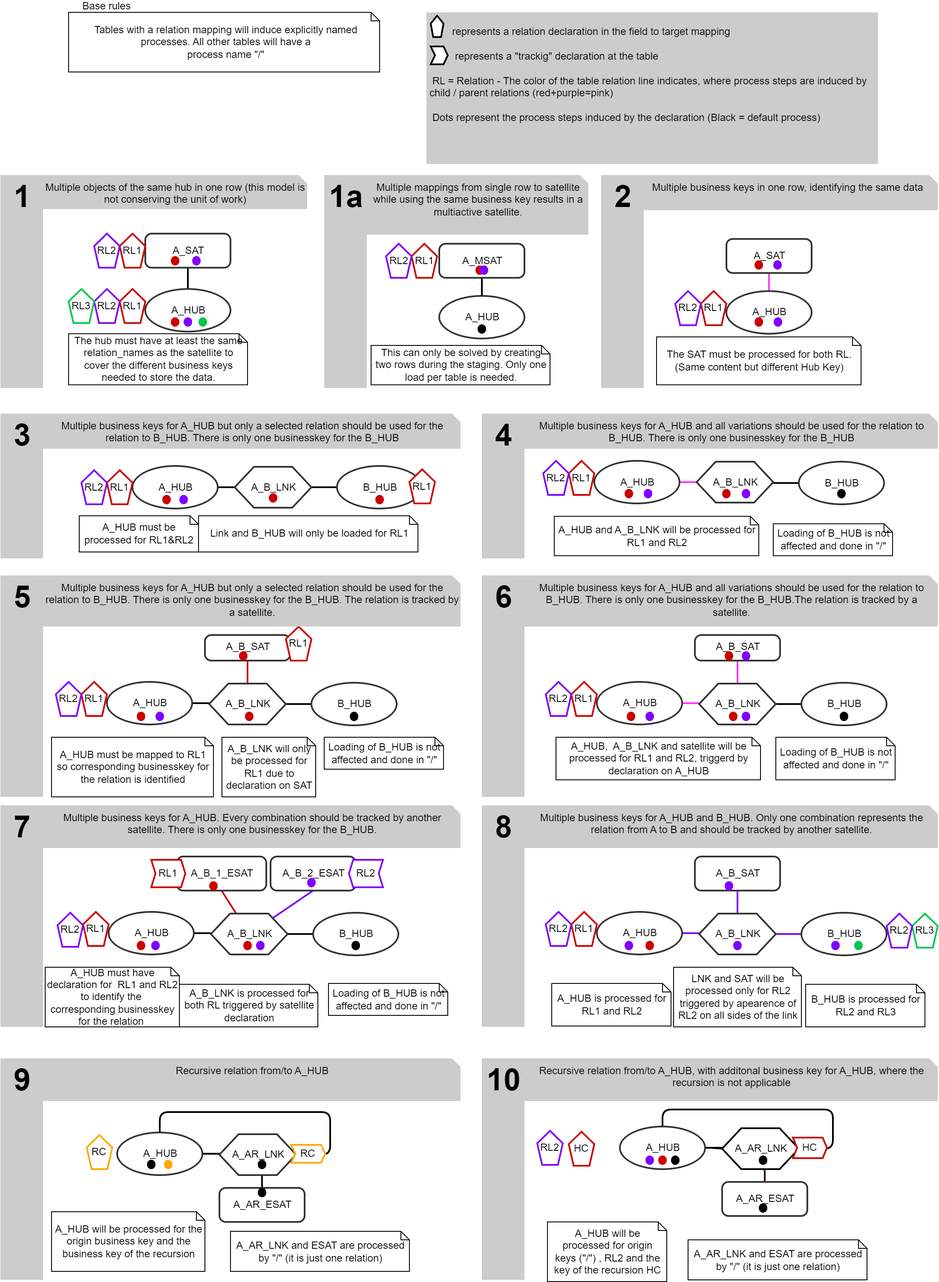
This is documentation/images/process_generation_scenarios.drawio.png from cimt-ag/data_vault_pipelinedescription, a draw.io export, as it was before one commit. Source tidied: cells renumbered, new cells last; positions are measured from the earlier drawing's top-left corner, leaving out a move shared by most shapes.
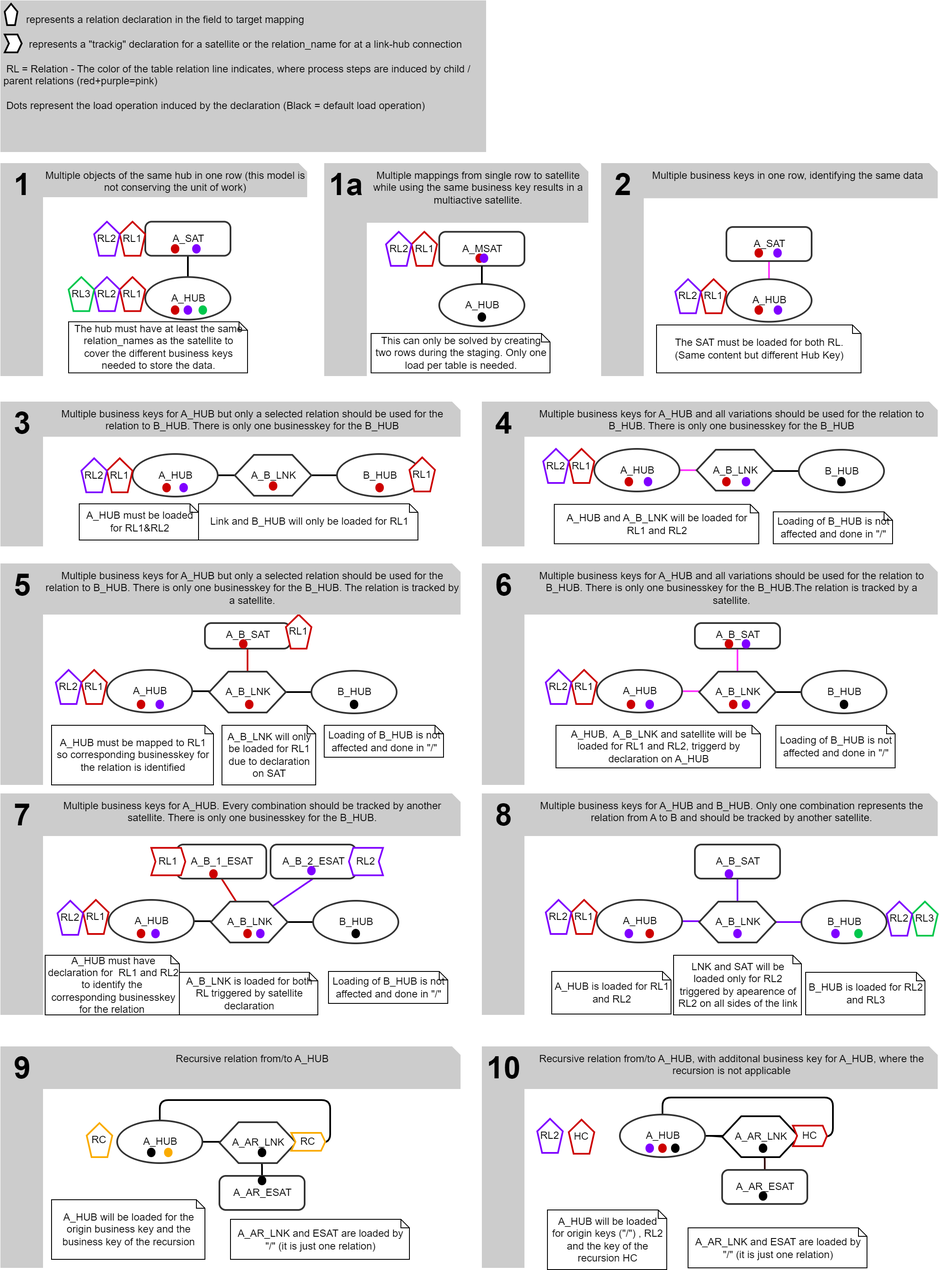
Later version of the same file.

The edit, as a diff of the source:
```diff
@@ -235,5 +235,2 @@
     </mxCell>
-    <mxCell id="33" value="&lt;div style=&quot;width: 147.0px;height:auto;word-break: break-word;&quot;&gt;&lt;div align=&quot;center&quot;&gt;&lt;span style=&quot;font-family: Arial; font-size: 12px; line-height: 0;&quot;&gt;&lt;span style=&quot;line-height: 14px;&quot; class=&quot;&quot;&gt;Base rules&lt;/span&gt;&lt;/span&gt;&lt;/div&gt;&lt;/div&gt;" style="text;html=1;nl2Br=0;html=1;nl2Br=0;verticalAlign=middle;align=center;spacingLeft=0.0;spacingRight=0;whiteSpace=wrap;gliffyId=397;" parent="1" vertex="1">
-      <mxGeometry x="50" width="150" height="14" as="geometry" />
-    </mxCell>
     <mxCell id="34" value="&lt;div style='width: 43.0px;height:auto;word-break: break-word;'&gt;&lt;div align=&quot;center&quot;&gt;&lt;span style=&quot;font-family: Helvetica; font-size: 36px; text-decoration: none; font-weight: bold; line-height: 36px;&quot;&gt;6&lt;/span&gt;&lt;/div&gt;&lt;/div&gt;" style="shape=rect;shadow=0;strokeWidth=0;strokeColor=none;fillColor=#cccccc;opacity=100.0;html=1;nl2Br=0;verticalAlign=top;align=center;spacingLeft=2.0;spacingRight=0;spacingTop=1.0;spacingBottom=8;whiteSpace=wrap;gliffyId=364;" parent="1" vertex="1">
@@ -244,4 +241,4 @@
     </mxCell>
-    <mxCell id="36" value="&amp;nbsp; &amp;nbsp; &amp;nbsp; &amp;nbsp; &lt;br&gt;&lt;span style=&quot;white-space: pre;&quot;&gt;&#9;&lt;/span&gt;represents a relation declaration in the field to target mapping&lt;br&gt;&lt;br&gt;&amp;nbsp; &amp;nbsp; &amp;nbsp; &amp;nbsp; &amp;nbsp;represents a &quot;trackig&quot; declaration at the table&lt;br&gt;&lt;br&gt;&amp;nbsp;RL = Relation - The color of the table relation line indicates, where process steps are induced by child / parent relations (red+purple=pink) &amp;nbsp;&lt;br&gt;&lt;br&gt;&amp;nbsp;Dots represent the process steps induced by the declaration (Black = default process)" style="shape=rect;shadow=0;strokeWidth=0;strokeColor=none;fillColor=#cccccc;opacity=100.0;nl2Br=0;verticalAlign=top;align=left;spacingLeft=2.0;spacingRight=0;spacingTop=-5.6;spacingBottom=8;gliffyId=392;html=1;whiteSpace=wrap;" parent="1" vertex="1">
-      <mxGeometry x="500" y="14" width="530" height="178" as="geometry" />
+    <mxCell id="36" value="&amp;nbsp; &amp;nbsp; &amp;nbsp; &amp;nbsp; &lt;br&gt;&lt;span style=&quot;white-space: pre;&quot;&gt;&#9;&lt;/span&gt;represents a relation declaration in the field to target mapping&lt;br&gt;&lt;br&gt;&amp;nbsp; &amp;nbsp; &amp;nbsp; &amp;nbsp; &amp;nbsp;represents a &quot;trackig&quot; declaration for a satellite or the relation_name for at a link-hub connection&lt;br&gt;&lt;br&gt;&amp;nbsp;RL = Relation - The color of the table relation line indicates, where process steps are induced by child / parent relations (red+purple=pink) &amp;nbsp;&lt;br&gt;&lt;br&gt;&amp;nbsp;Dots represent the load operation induced by the declaration (Black = default load operation)" style="shape=rect;shadow=0;strokeWidth=0;strokeColor=none;fillColor=#cccccc;opacity=100.0;nl2Br=0;verticalAlign=top;align=left;spacingLeft=2.0;spacingRight=0;spacingTop=-5.6;spacingBottom=8;gliffyId=392;html=1;whiteSpace=wrap;" parent="1" vertex="1">
+      <mxGeometry y="14" width="570" height="178" as="geometry" />
     </mxCell>
@@ -424,12 +421,9 @@
     </mxCell>
-    <mxCell id="96" value="The SAT must be processed for both RL. (Same content but different Hub Key)" style="shape=note;size=10;shadow=0;strokeWidth=1;fillColor=#FFFFFF;strokeColor=#000000;opacity=100.0;nl2Br=0;verticalAlign=middle;align=center;spacingLeft=2.0;spacingRight=0;whiteSpace=wrap;gliffyId=282;" parent="1" vertex="1">
+    <mxCell id="96" value="The SAT must be loaded for both RL. (Same content but different Hub Key)" style="shape=note;size=10;shadow=0;strokeWidth=1;fillColor=#FFFFFF;strokeColor=#000000;opacity=100.0;nl2Br=0;verticalAlign=middle;align=center;spacingLeft=2.0;spacingRight=0;whiteSpace=wrap;gliffyId=282;" parent="1" vertex="1">
       <mxGeometry x="770" y="395" width="240" height="56.2" as="geometry" />
     </mxCell>
-    <mxCell id="97" value="LNK and SAT will be processed only for RL2 triggered by apearence of RL2 on all sides of the link" style="shape=note;size=10;shadow=0;strokeWidth=1;fillColor=#FFFFFF;strokeColor=#000000;opacity=100.0;nl2Br=0;verticalAlign=middle;align=center;spacingLeft=2.0;spacingRight=0;whiteSpace=wrap;gliffyId=314;" parent="1" vertex="1">
+    <mxCell id="97" value="LNK and SAT will be loaded only for RL2 triggered by apearence of RL2 on all sides of the link" style="shape=note;size=10;shadow=0;strokeWidth=1;fillColor=#FFFFFF;strokeColor=#000000;opacity=100.0;nl2Br=0;verticalAlign=middle;align=center;spacingLeft=2.0;spacingRight=0;whiteSpace=wrap;gliffyId=314;" parent="1" vertex="1">
       <mxGeometry x="790" y="1135" width="150" height="70" as="geometry" />
     </mxCell>
-    <mxCell id="98" value="&lt;div style=&quot;width: 351.57144px;height:auto;word-break: break-word;&quot;&gt;&lt;div align=&quot;center&quot;&gt;&lt;span style=&quot;font-family: Arial; font-size: 12px; line-height: 0;&quot;&gt;&lt;span style=&quot;line-height: 14px;&quot; class=&quot;&quot;&gt;Tables with a relation mapping will induce explicitly named processes. All other tables will have a&lt;/span&gt;&lt;/span&gt;&lt;/div&gt;&lt;div align=&quot;center&quot;&gt;&lt;span style=&quot;font-family: Arial; font-size: 12px; line-height: 0;&quot;&gt;&lt;span style=&quot;line-height: 14px;&quot; class=&quot;&quot;&gt;process name &quot;/&quot;&lt;/span&gt;&lt;/span&gt;&lt;/div&gt;&lt;/div&gt;" style="shape=note;size=10;shadow=0;strokeWidth=1;fillColor=#FFFFFF;strokeColor=#000000;opacity=100.0;html=1;nl2Br=0;verticalAlign=middle;align=center;spacingLeft=5.214286;spacingRight=0;whiteSpace=wrap;gliffyId=87;" parent="1" vertex="1">
-      <mxGeometry x="80" y="14" width="365" height="70" as="geometry" />
-    </mxCell>
-    <mxCell id="99" value="A_B_LNK is processed for both RL triggered by satellite declaration" style="shape=note;size=10;shadow=0;strokeWidth=1;fillColor=#FFFFFF;strokeColor=#000000;opacity=100.0;nl2Br=0;verticalAlign=middle;align=center;spacingLeft=2.0;spacingRight=0;whiteSpace=wrap;gliffyId=95;" parent="1" vertex="1">
+    <mxCell id="99" value="A_B_LNK is loaded for both RL triggered by satellite declaration" style="shape=note;size=10;shadow=0;strokeWidth=1;fillColor=#FFFFFF;strokeColor=#000000;opacity=100.0;nl2Br=0;verticalAlign=middle;align=center;spacingLeft=2.0;spacingRight=0;whiteSpace=wrap;gliffyId=95;" parent="1" vertex="1">
       <mxGeometry x="210" y="1155" width="162.5" height="50" as="geometry" />
@@ -439,15 +433,15 @@
     </mxCell>
-    <mxCell id="101" value="A_B_LNK will only be processed for RL1 due to declaration on SAT" style="shape=note;size=10;shadow=0;strokeWidth=1;fillColor=#FFFFFF;strokeColor=#000000;opacity=100.0;nl2Br=0;verticalAlign=middle;align=center;spacingLeft=2.0;spacingRight=0;whiteSpace=wrap;gliffyId=140;" parent="1" vertex="1">
+    <mxCell id="101" value="A_B_LNK will only be loaded for RL1 due to declaration on SAT" style="shape=note;size=10;shadow=0;strokeWidth=1;fillColor=#FFFFFF;strokeColor=#000000;opacity=100.0;nl2Br=0;verticalAlign=middle;align=center;spacingLeft=2.0;spacingRight=0;whiteSpace=wrap;gliffyId=140;" parent="1" vertex="1">
       <mxGeometry x="260" y="865" width="110" height="70" as="geometry" />
     </mxCell>
-    <mxCell id="102" value="A_AR_LNK and ESAT are processed by &quot;/&quot; (it is just one relation)" style="shape=note;size=10;shadow=0;strokeWidth=1;fillColor=#FFFFFF;strokeColor=#000000;opacity=100.0;nl2Br=0;verticalAlign=middle;align=center;spacingLeft=2.0;spacingRight=0;whiteSpace=wrap;gliffyId=166;" parent="1" vertex="1">
+    <mxCell id="102" value="A_AR_LNK and ESAT are loaded by &quot;/&quot; (it is just one relation)" style="shape=note;size=10;shadow=0;strokeWidth=1;fillColor=#FFFFFF;strokeColor=#000000;opacity=100.0;nl2Br=0;verticalAlign=middle;align=center;spacingLeft=2.0;spacingRight=0;whiteSpace=wrap;gliffyId=166;" parent="1" vertex="1">
       <mxGeometry x="270" y="1445" width="210" height="47" as="geometry" />
     </mxCell>
-    <mxCell id="103" value="A_HUB will be processed for the origin business key and the business key of the recursion" style="shape=note;size=10;shadow=0;strokeWidth=1;fillColor=#FFFFFF;strokeColor=#000000;opacity=100.0;nl2Br=0;verticalAlign=middle;align=center;spacingLeft=2.0;spacingRight=0;whiteSpace=wrap;gliffyId=268;" parent="1" vertex="1">
+    <mxCell id="103" value="A_HUB will be loaded for the origin business key and the business key of the recursion" style="shape=note;size=10;shadow=0;strokeWidth=1;fillColor=#FFFFFF;strokeColor=#000000;opacity=100.0;nl2Br=0;verticalAlign=middle;align=center;spacingLeft=2.0;spacingRight=0;whiteSpace=wrap;gliffyId=268;" parent="1" vertex="1">
       <mxGeometry x="60" y="1422" width="180" height="70" as="geometry" />
     </mxCell>
-    <mxCell id="104" value="&lt;div style=&quot;width: 133.0px;height:auto;word-break: break-word;&quot;&gt;&lt;div align=&quot;center&quot;&gt;&lt;font face=&quot;Arial&quot;&gt;A_HUB will be processed for origin keys (&quot;/&quot;) , RL2 and the key of the recursion HC&lt;/font&gt;&lt;/div&gt;&lt;/div&gt;" style="shape=note;size=10;shadow=0;strokeWidth=1;fillColor=#FFFFFF;strokeColor=#000000;opacity=100.0;html=1;nl2Br=0;verticalAlign=middle;align=center;spacingLeft=2.0;spacingRight=0;whiteSpace=wrap;gliffyId=270;" parent="1" vertex="1">
+    <mxCell id="104" value="&lt;div style=&quot;width: 133.0px;height:auto;word-break: break-word;&quot;&gt;&lt;div align=&quot;center&quot;&gt;&lt;font face=&quot;Arial&quot;&gt;A_HUB will be loaded for origin keys (&quot;/&quot;) , RL2 and the key of the recursion HC&lt;/font&gt;&lt;/div&gt;&lt;/div&gt;" style="shape=note;size=10;shadow=0;strokeWidth=1;fillColor=#FFFFFF;strokeColor=#000000;opacity=100.0;html=1;nl2Br=0;verticalAlign=middle;align=center;spacingLeft=2.0;spacingRight=0;whiteSpace=wrap;gliffyId=270;" parent="1" vertex="1">
       <mxGeometry x="642" y="1434" width="140" height="70" as="geometry" />
     </mxCell>
-    <mxCell id="105" value="A_HUB and A_B_LNK will be processed for RL1 and RL2" style="shape=note;size=10;shadow=0;strokeWidth=1;fillColor=#FFFFFF;strokeColor=#000000;opacity=100.0;nl2Br=0;verticalAlign=middle;align=center;spacingLeft=2.0;spacingRight=0;whiteSpace=wrap;gliffyId=193;" parent="1" vertex="1">
+    <mxCell id="105" value="A_HUB and A_B_LNK will be loaded for RL1 and RL2" style="shape=note;size=10;shadow=0;strokeWidth=1;fillColor=#FFFFFF;strokeColor=#000000;opacity=100.0;nl2Br=0;verticalAlign=middle;align=center;spacingLeft=2.0;spacingRight=0;whiteSpace=wrap;gliffyId=193;" parent="1" vertex="1">
       <mxGeometry x="650" y="605.6" width="240" height="46.2" as="geometry" />
@@ -491,5 +485,5 @@
     <mxCell id="118" value="&lt;div style=&quot;width: 25.8px;height:auto;word-break: break-word;&quot;&gt;&lt;div align=&quot;center&quot;&gt;&lt;br&gt;&lt;/div&gt;&lt;/div&gt;" style="shape=mxgraph.basic.pentagon;shadow=0;strokeWidth=2;fillColor=#FFFFFF;strokeColor=#000000;opacity=100.0;html=1;nl2Br=0;verticalAlign=middle;align=center;spacingLeft=0.6;spacingRight=0;whiteSpace=wrap;gliffyId=286;" parent="1" vertex="1">
-      <mxGeometry x="505" y="18" width="15" height="25" as="geometry" />
+      <mxGeometry x="5" y="18" width="15" height="25" as="geometry" />
     </mxCell>
-    <mxCell id="119" value="A_HUB must be processed for RL1&amp;RL2" style="shape=note;size=10;shadow=0;strokeWidth=1;fillColor=#FFFFFF;strokeColor=#000000;opacity=100.0;nl2Br=0;verticalAlign=middle;align=center;spacingLeft=2.0;spacingRight=0;whiteSpace=wrap;gliffyId=213;" parent="1" vertex="1">
+    <mxCell id="119" value="A_HUB must be loaded for RL1&amp;RL2" style="shape=note;size=10;shadow=0;strokeWidth=1;fillColor=#FFFFFF;strokeColor=#000000;opacity=100.0;nl2Br=0;verticalAlign=middle;align=center;spacingLeft=2.0;spacingRight=0;whiteSpace=wrap;gliffyId=213;" parent="1" vertex="1">
       <mxGeometry x="92.5" y="605" width="140" height="42.5" as="geometry" />
@@ -511,3 +505,3 @@
     </mxCell>
-    <mxCell id="125" value="A_HUB,  A_B_LNK and satellite will be processed for RL1 and RL2, triggerd by declaration on A_HUB" style="shape=note;size=10;shadow=0;strokeWidth=1;fillColor=#FFFFFF;strokeColor=#000000;opacity=100.0;nl2Br=0;verticalAlign=middle;align=center;spacingLeft=2.0;spacingRight=0;whiteSpace=wrap;gliffyId=193;" parent="1" vertex="1">
+    <mxCell id="125" value="A_HUB,  A_B_LNK and satellite will be loaded for RL1 and RL2, triggerd by declaration on A_HUB" style="shape=note;size=10;shadow=0;strokeWidth=1;fillColor=#FFFFFF;strokeColor=#000000;opacity=100.0;nl2Br=0;verticalAlign=middle;align=center;spacingLeft=2.0;spacingRight=0;whiteSpace=wrap;gliffyId=193;" parent="1" vertex="1">
       <mxGeometry x="652" y="865" width="240" height="50" as="geometry" />
@@ -529,6 +523,6 @@
     </mxCell>
-    <mxCell id="131" value="B_HUB is processed for RL2 and RL3" style="shape=note;size=10;shadow=0;strokeWidth=1;fillColor=#FFFFFF;strokeColor=#000000;opacity=100.0;nl2Br=0;verticalAlign=middle;align=center;spacingLeft=2.0;spacingRight=0;whiteSpace=wrap;gliffyId=215;" parent="1" vertex="1">
+    <mxCell id="131" value="B_HUB is loaded for RL2 and RL3" style="shape=note;size=10;shadow=0;strokeWidth=1;fillColor=#FFFFFF;strokeColor=#000000;opacity=100.0;nl2Br=0;verticalAlign=middle;align=center;spacingLeft=2.0;spacingRight=0;whiteSpace=wrap;gliffyId=215;" parent="1" vertex="1">
       <mxGeometry x="945" y="1155" width="140" height="50" as="geometry" />
     </mxCell>
-    <mxCell id="132" value="A_HUB is processed for RL1 and RL2" style="shape=note;size=10;shadow=0;strokeWidth=1;fillColor=#FFFFFF;strokeColor=#000000;opacity=100.0;nl2Br=0;verticalAlign=middle;align=center;spacingLeft=2.0;spacingRight=0;whiteSpace=wrap;gliffyId=215;" parent="1" vertex="1">
+    <mxCell id="132" value="A_HUB is loaded for RL1 and RL2" style="shape=note;size=10;shadow=0;strokeWidth=1;fillColor=#FFFFFF;strokeColor=#000000;opacity=100.0;nl2Br=0;verticalAlign=middle;align=center;spacingLeft=2.0;spacingRight=0;whiteSpace=wrap;gliffyId=215;" parent="1" vertex="1">
       <mxGeometry x="647" y="1154" width="140" height="50" as="geometry" />
@@ -548,3 +542,3 @@
     <mxCell id="137" style="shape=step;perimeter=stepPerimeter;whiteSpace=wrap;html=1;fixedSize=1;size=5;fillColor=#FFFFFF;strokeColor=#000000;shadow=0;strokeWidth=2;opacity=100;spacingLeft=0.6;spacingRight=0;" parent="1" vertex="1">
-      <mxGeometry x="505" y="54" width="20" height="21" as="geometry" />
+      <mxGeometry x="5" y="54" width="20" height="21" as="geometry" />
     </mxCell>
@@ -724,3 +718,3 @@
     </mxCell>
-    <mxCell id="196" value="A_AR_LNK and ESAT are processed by &quot;/&quot; (it is just one relation)" style="shape=note;size=10;shadow=0;strokeWidth=1;fillColor=#FFFFFF;strokeColor=#000000;opacity=100.0;nl2Br=0;verticalAlign=middle;align=center;spacingLeft=2.0;spacingRight=0;whiteSpace=wrap;gliffyId=166;" parent="1" vertex="1">
+    <mxCell id="196" value="A_AR_LNK and ESAT are loaded by &quot;/&quot; (it is just one relation)" style="shape=note;size=10;shadow=0;strokeWidth=1;fillColor=#FFFFFF;strokeColor=#000000;opacity=100.0;nl2Br=0;verticalAlign=middle;align=center;spacingLeft=2.0;spacingRight=0;whiteSpace=wrap;gliffyId=166;" parent="1" vertex="1">
       <mxGeometry x="807" y="1455" width="210" height="47" as="geometry" />
```
